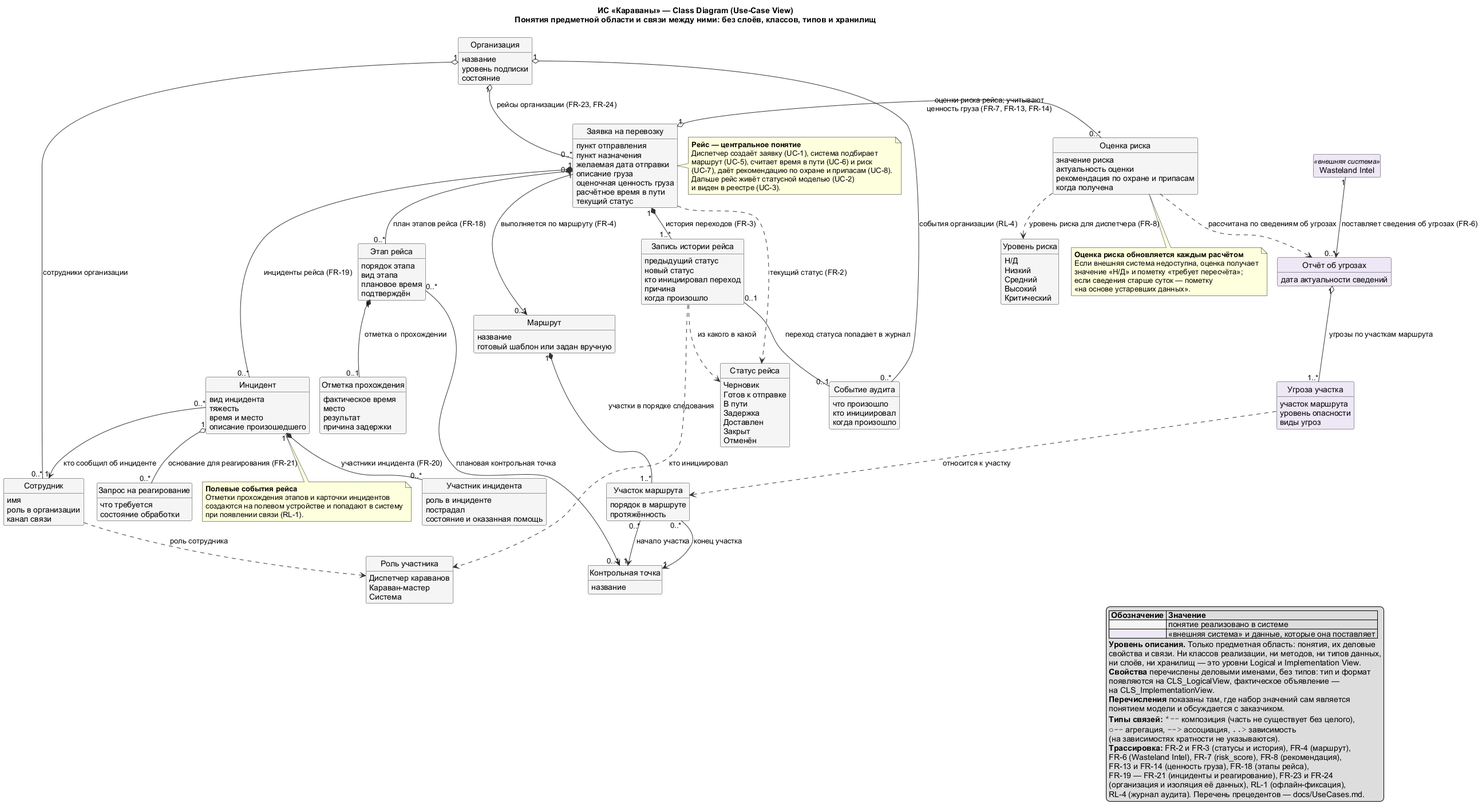
granikartem/MPI keeps this PlantUML diagram as docs/diagrams/out/CLS_UseCaseView.png. Above is the earlier version. The source it was exported from:
```plantuml
@startuml CLS_UseCaseView
!pragma layout smetana
skinparam shadowing false
skinparam defaultFontName Arial
skinparam packageStyle rectangle
skinparam classAttributeIconSize 0
skinparam class {
  BackgroundColor #F5F5F5
  BorderColor #333333
  ArrowColor #333333
  FontName Arial
}
skinparam enum {
  BackgroundColor #F5F5F5
  BorderColor #333333
  FontName Arial
}
hide circle
hide methods
hide empty members

title ИС «Караваны» — Class Diagram (Use-Case View)\nПонятия предметной области и связи между ними: без слоёв, классов, типов и хранилищ

class "Организация" as ORG #F5F5F5 {
  название
  уровень подписки
  состояние
}

class "Сотрудник" as USER #F5F5F5 {
  имя
  роль в организации
  канал связи
}

class "Заявка на перевозку" as REQ #F5F5F5 {
  пункт отправления
  пункт назначения
  желаемая дата отправки
  описание груза
  оценочная ценность груза
  расчётное время в пути
  текущий статус
}

class "Запись истории рейса" as HIST #F5F5F5 {
  предыдущий статус
  новый статус
  кто инициировал переход
  причина
  когда произошло
}

enum "Статус рейса" as STATUS #F5F5F5 {
  Черновик
  Готов к отправке
  В пути
  Задержка
  Доставлен
  Закрыт
  Отменён
}

enum "Роль участника" as ROLE #F5F5F5 {
  Диспетчер караванов
  Караван-мастер
  Система
}

class "Маршрут" as ROUTE #F5F5F5 {
  название
  готовый шаблон или задан вручную
}

class "Участок маршрута" as SEG #F5F5F5 {
  порядок в маршруте
  протяжённость
}

class "Контрольная точка" as CP #F5F5F5 {
  название
}

class "Оценка риска" as RISK #F5F5F5 {
  значение риска
  актуальность оценки
  рекомендация по охране и припасам
  когда получена
}

enum "Уровень риска" as LEVEL #F5F5F5 {
  Н/Д
  Низкий
  Средний
  Высокий
  Критический
}

class "Wasteland Intel" as WI <<внешняя система>> #EDE7F6 {
}

class "Отчёт об угрозах" as REPORT #EDE7F6 {
  дата актуальности сведений
}

class "Угроза участка" as THREAT #EDE7F6 {
  участок маршрута
  уровень опасности
  виды угроз
}

class "Событие аудита" as AUDIT #F5F5F5 {
  что произошло
  кто инициировал
  когда произошло
}

class "Этап рейса" as STAGE #F5F5F5 {
  порядок этапа
  вид этапа
  плановое время
  подтверждён
}

class "Отметка прохождения" as LOG #F5F5F5 {
  фактическое время
  место
  результат
  причина задержки
}

class "Инцидент" as INC #F5F5F5 {
  вид инцидента
  тяжесть
  время и место
  описание произошедшего
}

class "Участник инцидента" as PART #F5F5F5 {
  роль в инциденте
  пострадал
  состояние и оказанная помощь
}

class "Запрос на реагирование" as RECOVERY #F5F5F5 {
  что требуется
  состояние обработки
}

ORG "1" o-- "0..*" USER : сотрудники организации
ORG "1" o-- "0..*" REQ : рейсы организации (FR-23, FR-24)

REQ "0..*" --> "0..1" ROUTE : выполняется по маршруту (FR-4)
ROUTE "1" *-- "1..*" SEG : участки в порядке следования
SEG "0..*" --> "1" CP : начало участка
SEG "0..*" --> "1" CP : конец участка

REQ "1" *-- "1..*" HIST : история переходов (FR-3)
REQ ..> STATUS : текущий статус (FR-2)
HIST ..> STATUS : из какого в какой
HIST ..> ROLE : кто инициировал
USER ..> ROLE : роль сотрудника

WI "1" --> "0..*" REPORT : поставляет сведения об угрозах (FR-6)
REPORT "1" o-- "1..*" THREAT : угрозы по участкам маршрута
THREAT ..> SEG : относится к участку
REQ "1" o-- "0..*" RISK : оценки риска рейса; учитывают\nценность груза (FR-7, FR-13, FR-14)
RISK ..> REPORT : рассчитана по сведениям об угрозах
RISK ..> LEVEL : уровень риска для диспетчера (FR-8)

ORG "1" o-- "0..*" AUDIT : события организации (RL-4)
HIST "0..1" -- "0..1" AUDIT : переход статуса попадает в журнал

REQ "1" *-- "0..*" STAGE : план этапов рейса (FR-18)
STAGE "0..*" --> "0..1" CP : плановая контрольная точка
STAGE "1" *-- "0..1" LOG : отметка о прохождении
REQ "1" *-- "0..*" INC : инциденты рейса (FR-19)
INC "1" *-- "0..*" PART : участники инцидента (FR-20)
INC "0..*" --> "1" USER : кто сообщил об инциденте
INC "1" o-- "0..*" RECOVERY : основание для реагирования (FR-21)

ORG -[hidden]down- REQ
REQ -[hidden]down- ROUTE
ROUTE -[hidden]down- SEG
SEG -[hidden]down- CP
USER -[hidden]right- ORG
REQ -[hidden]right- RISK
RISK -[hidden]down- REPORT
REPORT -[hidden]down- THREAT
STAGE -[hidden]down- INC

note right of REQ
  **Рейс — центральное понятие**
  Диспетчер создаёт заявку (UC-1), система подбирает
  маршрут (UC-5), считает время в пути (UC-6) и риск
  (UC-7), даёт рекомендацию по охране и припасам (UC-8).
  Дальше рейс живёт статусной моделью (UC-2)
  и виден в реестре (UC-3).
end note

note bottom of RISK
  **Оценка риска обновляется каждым расчётом**
  Если внешняя система недоступна, оценка получает
  значение «Н/Д» и пометку «требует пересчёта»;
  если сведения старше суток — пометку
  «на основе устаревших данных».
end note

note bottom of INC
  **Полевые события рейса**
  Отметки прохождения этапов и карточки инцидентов
  создаются на полевом устройстве и попадают в систему
  при появлении связи (RL-1).
end note

legend right
  |= Обозначение |= Значение |
  | <#F5F5F5> | понятие реализовано в системе |
  | <#EDE7F6> | «внешняя система» и данные, которые она поставляет |
  **Уровень описания.** Только предметная область: понятия, их деловые
  свойства и связи. Ни классов реализации, ни методов, ни типов данных,
  ни слоёв, ни хранилищ — это уровни Logical и Implementation View.
  **Свойства** перечислены деловыми именами, без типов: тип и формат
  появляются на CLS_LogicalView, фактическое объявление —
  на CLS_ImplementationView.
  **Перечисления** показаны там, где набор значений сам является
  понятием модели и обсуждается с заказчиком.
  **Типы связей:** ""*--"" композиция (часть не существует без целого),
  ""o--"" агрегация, ""-->"" ассоциация, ""..>"" зависимость
  (на зависимостях кратности не указываются).
  **Трассировка:** FR-2 и FR-3 (статусы и история), FR-4 (маршрут),
  FR-6 (Wasteland Intel), FR-7 (risk_score), FR-8 (рекомендация),
  FR-13 и FR-14 (ценность груза), FR-18 (этапы рейса),
  FR-19 — FR-21 (инциденты и реагирование), FR-23 и FR-24
  (организация и изоляция её данных), RL-1 (офлайн-фиксация),
  RL-4 (журнал аудита). Перечень прецедентов — docs/UseCases.md.
endlegend
@enduml
```
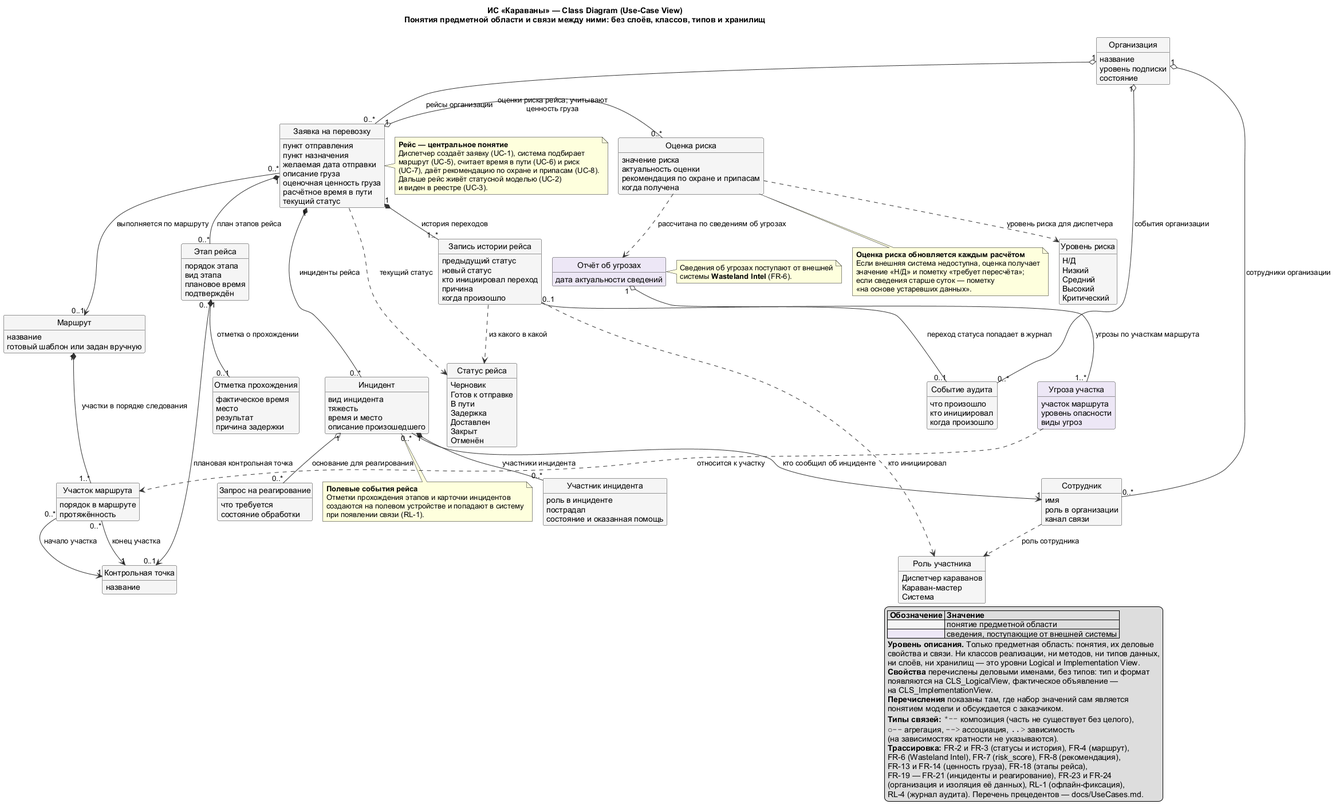
Above is the later version.

Commit message:
Убраны программные единицы с диаграмм Use-Case и выправлены слои на Implementation

The edit, as a diff of the source:
```diff
@@ -96,9 +96,6 @@
   Критический
 }
 
-class "Wasteland Intel" as WI <<внешняя система>> #EDE7F6 {
-}
-
 class "Отчёт об угрозах" as REPORT #EDE7F6 {
   дата актуальности сведений
 }
@@ -148,36 +145,35 @@
 }
 
 ORG "1" o-- "0..*" USER : сотрудники организации
-ORG "1" o-- "0..*" REQ : рейсы организации (FR-23, FR-24)
+ORG "1" o-- "0..*" REQ : рейсы организации
 
-REQ "0..*" --> "0..1" ROUTE : выполняется по маршруту (FR-4)
+REQ "0..*" --> "0..1" ROUTE : выполняется по маршруту
 ROUTE "1" *-- "1..*" SEG : участки в порядке следования
 SEG "0..*" --> "1" CP : начало участка
 SEG "0..*" --> "1" CP : конец участка
 
-REQ "1" *-- "1..*" HIST : история переходов (FR-3)
-REQ ..> STATUS : текущий статус (FR-2)
+REQ "1" *-- "1..*" HIST : история переходов
+REQ ..> STATUS : текущий статус
 HIST ..> STATUS : из какого в какой
 HIST ..> ROLE : кто инициировал
 USER ..> ROLE : роль сотрудника
 
-WI "1" --> "0..*" REPORT : поставляет сведения об угрозах (FR-6)
 REPORT "1" o-- "1..*" THREAT : угрозы по участкам маршрута
 THREAT ..> SEG : относится к участку
-REQ "1" o-- "0..*" RISK : оценки риска рейса; учитывают\nценность груза (FR-7, FR-13, FR-14)
+REQ "1" o-- "0..*" RISK : оценки риска рейса; учитывают\nценность груза
 RISK ..> REPORT : рассчитана по сведениям об угрозах
-RISK ..> LEVEL : уровень риска для диспетчера (FR-8)
+RISK ..> LEVEL : уровень риска для диспетчера
 
-ORG "1" o-- "0..*" AUDIT : события организации (RL-4)
+ORG "1" o-- "0..*" AUDIT : события организации
 HIST "0..1" -- "0..1" AUDIT : переход статуса попадает в журнал
 
-REQ "1" *-- "0..*" STAGE : план этапов рейса (FR-18)
+REQ "1" *-- "0..*" STAGE : план этапов рейса
 STAGE "0..*" --> "0..1" CP : плановая контрольная точка
 STAGE "1" *-- "0..1" LOG : отметка о прохождении
-REQ "1" *-- "0..*" INC : инциденты рейса (FR-19)
-INC "1" *-- "0..*" PART : участники инцидента (FR-20)
+REQ "1" *-- "0..*" INC : инциденты рейса
+INC "1" *-- "0..*" PART : участники инцидента
 INC "0..*" --> "1" USER : кто сообщил об инциденте
-INC "1" o-- "0..*" RECOVERY : основание для реагирования (FR-21)
+INC "1" o-- "0..*" RECOVERY : основание для реагирования
 
 ORG -[hidden]down- REQ
 REQ -[hidden]down- ROUTE
@@ -198,6 +194,11 @@
   и виден в реестре (UC-3).
 end note
 
+note right of REPORT
+  Сведения об угрозах поступают от внешней
+  системы **Wasteland Intel** (FR-6).
+end note
+
 note bottom of RISK
   **Оценка риска обновляется каждым расчётом**
   Если внешняя система недоступна, оценка получает
@@ -215,8 +216,8 @@
 
 legend right
   |= Обозначение |= Значение |
-  | <#F5F5F5> | понятие реализовано в системе |
-  | <#EDE7F6> | «внешняя система» и данные, которые она поставляет |
+  | <#F5F5F5> | понятие предметной области |
+  | <#EDE7F6> | сведения, поступающие от внешней системы |
   **Уровень описания.** Только предметная область: понятия, их деловые
   свойства и связи. Ни классов реализации, ни методов, ни типов данных,
   ни слоёв, ни хранилищ — это уровни Logical и Implementation View.
```
